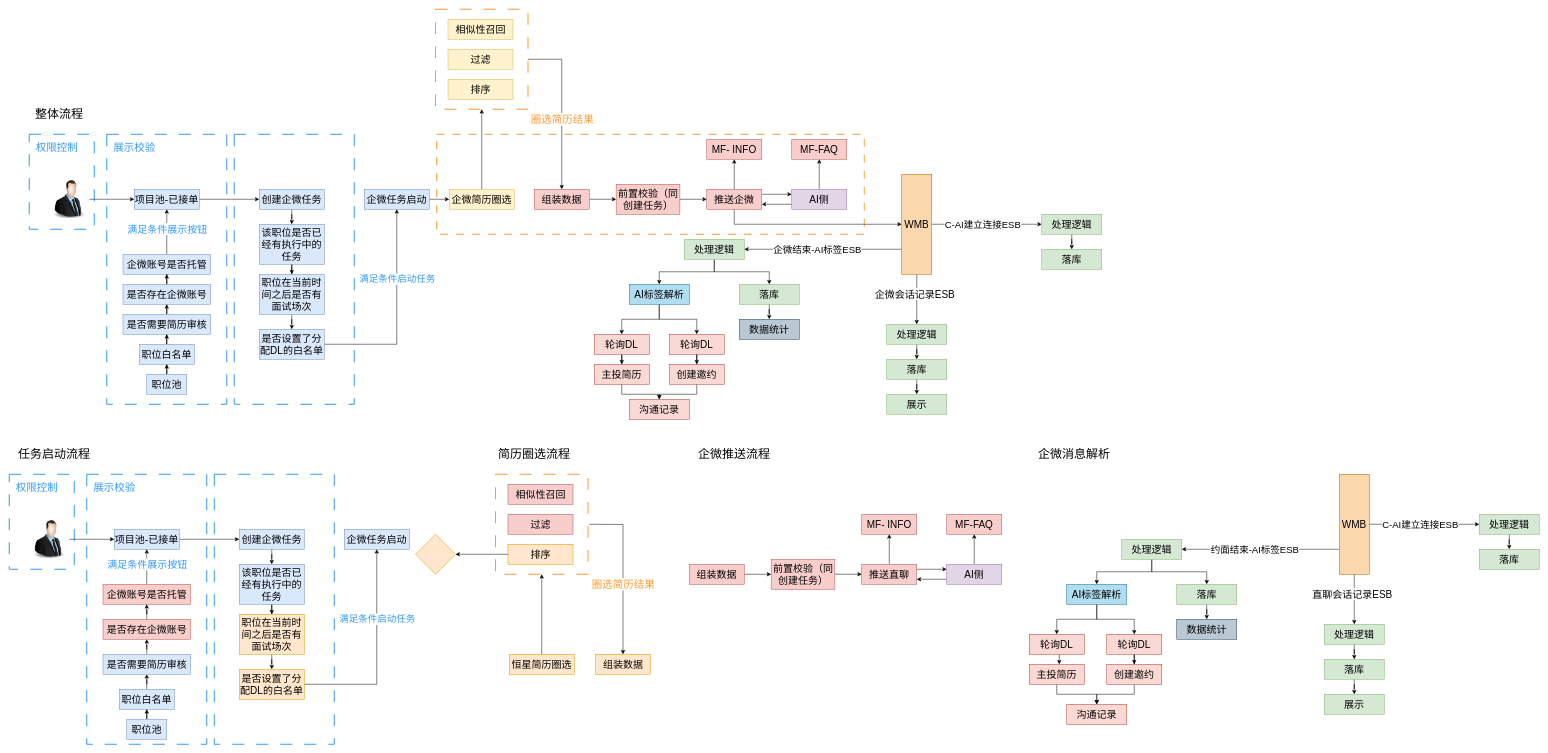
Before: 魔方约面-AI企微.drawio in LuOyEbY/draw-b, a draw.io diagram. Source tidied: cells renumbered, new cells numbered last; positions are measured from the earlier drawing's top-left corner, leaving out a move shared by most shapes. Both pictures are drawn from the tidied source at 50%, with x=0, y=0 at pixel (9, 9).
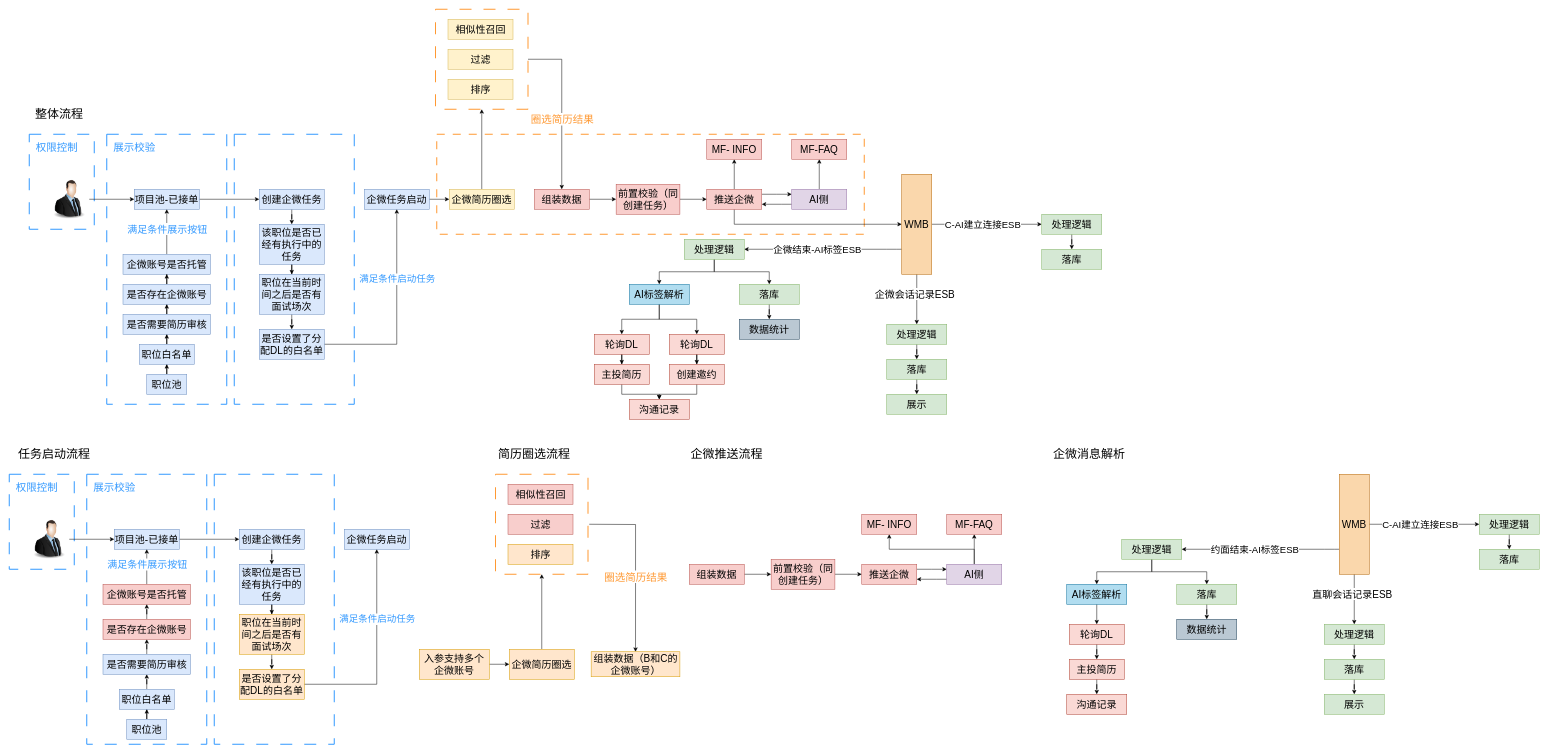
The same diagram, later.

Commit message (it also covers changes not shown here):
更新魔方约面-AI企微.drawio

The change refers to these unchanged cells:
```xml
<mxCell id="127" value="排序" style="whiteSpace=wrap;html=1;verticalAlign=middle;labelBackgroundColor=none;fontSize=20;fillColor=#ffe6cc;strokeColor=#d79b00;rounded=0;" parent="1" vertex="1">
  <mxGeometry x="997.5" y="1070" width="130" height="40" as="geometry" />
</mxCell>
<mxCell id="136" value="AI侧" style="whiteSpace=wrap;html=1;verticalAlign=middle;labelBackgroundColor=none;fontSize=20;fillColor=#e1d5e7;strokeColor=#9673a6;rounded=0;" parent="1" vertex="1">
  <mxGeometry x="1875" y="1110" width="110" height="40" as="geometry" />
</mxCell>
<mxCell id="138" value="MF- INFO" style="whiteSpace=wrap;html=1;verticalAlign=middle;labelBackgroundColor=none;fontSize=20;fillColor=#f8cecc;strokeColor=#b85450;rounded=0;" parent="1" vertex="1">
  <mxGeometry x="1705" y="1010" width="110" height="40" as="geometry" />
</mxCell>
<mxCell id="154" value="AI标签解析" style="whiteSpace=wrap;html=1;verticalAlign=middle;labelBackgroundColor=none;fontSize=20;fillColor=#b1ddf0;strokeColor=#10739e;rounded=0;" parent="1" vertex="1">
  <mxGeometry x="2115" y="1150" width="120" height="40" as="geometry" />
</mxCell>
```

Change to the diagram source:
```diff
@@
-    <mxCell id="122" value="恒星简历圈选" style="whiteSpace=wrap;html=1;verticalAlign=middle;labelBackgroundColor=none;fontSize=20;fillColor=#ffe6cc;strokeColor=#d79b00;rounded=0;" parent="1" vertex="1">
-      <mxGeometry x="1000" y="1290" width="130" height="40" as="geometry" />
+    <mxCell id="122" value="企微简历圈选" style="whiteSpace=wrap;html=1;verticalAlign=middle;labelBackgroundColor=none;fontSize=20;fillColor=#ffe6cc;strokeColor=#d79b00;rounded=0;" parent="1" vertex="1">
+      <mxGeometry x="1000" y="1280" width="130" height="60" as="geometry" />
     </mxCell>
-    <mxCell id="123" value="组装数据" style="whiteSpace=wrap;html=1;verticalAlign=middle;labelBackgroundColor=none;fontSize=20;fillColor=#ffe6cc;strokeColor=#d79b00;rounded=0;" parent="1" vertex="1">
-      <mxGeometry x="1172.5" y="1290" width="110" height="40" as="geometry" />
+    <mxCell id="123" value="组装数据（B和C的企微账号）" style="whiteSpace=wrap;html=1;verticalAlign=middle;labelBackgroundColor=none;fontSize=20;fillColor=#ffe6cc;strokeColor=#d79b00;rounded=0;" parent="1" vertex="1">
+      <mxGeometry x="1163.8" y="1285" width="177.5" height="50" as="geometry" />
     </mxCell>
@@
-    <mxCell id="126" style="edgeStyle=orthogonalEdgeStyle;rounded=0;jettySize=auto;html=1;" parent="1" edge="1" source="127" target="178">
-      <mxGeometry relative="1" as="geometry" />
-    </mxCell>
@@
-    <mxCell id="132" style="edgeStyle=orthogonalEdgeStyle;rounded=0;jettySize=auto;html=1;entryX=0.5;entryY=1;entryDx=0;entryDy=0;" parent="1" edge="1" source="133" target="138">
-      <mxGeometry relative="1" as="geometry" />
-    </mxCell>
-    <mxCell id="133" value="推送直聊" style="whiteSpace=wrap;html=1;verticalAlign=middle;labelBackgroundColor=none;fontSize=20;fillColor=#f8cecc;strokeColor=#b85450;rounded=0;" parent="1" vertex="1">
+    <mxCell id="133" value="推送企微" style="whiteSpace=wrap;html=1;verticalAlign=middle;labelBackgroundColor=none;fontSize=20;fillColor=#f8cecc;strokeColor=#b85450;rounded=0;" parent="1" vertex="1">
       <mxGeometry x="1705" y="1110" width="110" height="40" as="geometry" />
     </mxCell>
@@
+    <mxCell id="179" style="edgeStyle=orthogonalEdgeStyle;rounded=0;jettySize=auto;html=1;entryX=0.5;entryY=1;entryDx=0;entryDy=0;" parent="1" edge="1" source="136" target="138">
+      <mxGeometry relative="1" as="geometry">
+        <Array as="points">
+          <mxPoint x="1930" y="1080" />
+          <mxPoint x="1760" y="1080" />
+        </Array>
+      </mxGeometry>
+    </mxCell>
@@
     <mxCell id="141" value="企微推送流程" style="text;html=1;strokeColor=none;fillColor=none;align=center;verticalAlign=middle;whiteSpace=wrap;rounded=0;fontSize=24;" parent="1" vertex="1">
-      <mxGeometry x="1360" y="870" width="180" height="40" as="geometry" />
+      <mxGeometry x="1360" y="870" width="150" height="40" as="geometry" />
     </mxCell>
@@
-    <mxCell id="152" style="edgeStyle=orthogonalEdgeStyle;rounded=0;jettySize=auto;html=1;entryX=0.5;entryY=0;entryDx=0;entryDy=0;" parent="1" edge="1" source="154" target="157">
-      <mxGeometry relative="1" as="geometry" />
-    </mxCell>
@@
-    <mxCell id="156" style="edgeStyle=orthogonalEdgeStyle;rounded=0;jettySize=auto;html=1;entryX=0.5;entryY=0;entryDx=0;entryDy=0;" parent="1" edge="1" source="157" target="169">
-      <mxGeometry relative="1" as="geometry" />
+    <mxCell id="156" style="edgeStyle=orthogonalEdgeStyle;rounded=0;orthogonalLoop=1;jettySize=auto;html=1;entryX=0.5;entryY=0;entryDx=0;entryDy=0;" parent="1" edge="1">
+      <mxGeometry relative="1" as="geometry">
+        <mxPoint x="2250" y="1290" as="sourcePoint" />
+      </mxGeometry>
     </mxCell>
-    <mxCell id="157" value="轮询DL" style="whiteSpace=wrap;html=1;verticalAlign=middle;labelBackgroundColor=none;fontSize=20;fillColor=#fad9d5;strokeColor=#ae4132;rounded=0;" parent="1" vertex="1">
-      <mxGeometry x="2195" y="1250" width="110" height="40" as="geometry" />
-    </mxCell>
-    <mxCell id="158" style="edgeStyle=orthogonalEdgeStyle;rounded=0;orthogonalLoop=1;jettySize=auto;html=1;" parent="1" edge="1">
-      <mxGeometry relative="1" as="geometry">
-        <mxPoint x="2100" y="1290" as="sourcePoint" />
-        <mxPoint x="2100" y="1310" as="targetPoint" />
-      </mxGeometry>
-    </mxCell>
     <mxCell id="159" value="沟通记录" style="whiteSpace=wrap;html=1;verticalAlign=middle;labelBackgroundColor=none;fontSize=20;fillColor=#fad9d5;strokeColor=#ae4132;rounded=0;" parent="1" vertex="1">
-      <mxGeometry x="2115" y="1390" width="120" height="40" as="geometry" />
+      <mxGeometry x="2115" y="1370" width="120" height="40" as="geometry" />
     </mxCell>
@@
-    <mxCell id="168" style="edgeStyle=orthogonalEdgeStyle;rounded=0;jettySize=auto;html=1;entryX=0.5;entryY=0;entryDx=0;entryDy=0;" parent="1" edge="1" source="169" target="159">
-      <mxGeometry relative="1" as="geometry" />
-    </mxCell>
-    <mxCell id="169" value="创建邀约" style="whiteSpace=wrap;html=1;verticalAlign=middle;labelBackgroundColor=none;fontSize=20;fillColor=#fad9d5;strokeColor=#ae4132;rounded=0;" parent="1" vertex="1">
-      <mxGeometry x="2195" y="1310" width="110" height="40" as="geometry" />
-    </mxCell>
@@
     <mxCell id="172" value="企微消息解析" style="text;html=1;strokeColor=none;fillColor=none;align=center;verticalAlign=middle;whiteSpace=wrap;rounded=0;fontSize=24;" parent="1" vertex="1">
-      <mxGeometry x="2040" y="870" width="180" height="40" as="geometry" />
+      <mxGeometry x="2080" y="870" width="160" height="40" as="geometry" />
     </mxCell>
+    <mxCell id="180" style="edgeStyle=orthogonalEdgeStyle;rounded=0;jettySize=auto;html=1;entryX=0.5;entryY=0;entryDx=0;entryDy=0;" parent="1" edge="1" source="173" target="175">
+      <mxGeometry relative="1" as="geometry" />
+    </mxCell>
     <mxCell id="173" value="轮询DL" style="whiteSpace=wrap;html=1;verticalAlign=middle;labelBackgroundColor=none;fontSize=20;fillColor=#fad9d5;strokeColor=#ae4132;rounded=0;" parent="1" vertex="1">
-      <mxGeometry x="2040" y="1250" width="110" height="40" as="geometry" />
+      <mxGeometry x="2120" y="1230" width="110" height="40" as="geometry" />
     </mxCell>
@@
     <mxCell id="175" value="主投简历" style="whiteSpace=wrap;html=1;verticalAlign=middle;labelBackgroundColor=none;fontSize=20;fillColor=#fad9d5;strokeColor=#ae4132;rounded=0;" parent="1" vertex="1">
-      <mxGeometry x="2040" y="1310" width="110" height="40" as="geometry" />
+      <mxGeometry x="2120" y="1300" width="110" height="40" as="geometry" />
     </mxCell>
@@
-    <mxCell id="178" style="rhombus;whiteSpace=wrap;html=1;fontSize=20;fillColor=#ffe6cc;strokeColor=#d79b00;labelBackgroundColor=none;rounded=0;" parent="1" vertex="1">
-      <mxGeometry x="812.5" y="1050" width="80" height="80" as="geometry" />
-    </mxCell>
+    <mxCell id="181" style="edgeStyle=orthogonalEdgeStyle;rounded=0;jettySize=auto;html=1;entryX=0;entryY=0.5;entryDx=0;entryDy=0;" parent="1" edge="1" source="182" target="122">
+      <mxGeometry relative="1" as="geometry" />
+    </mxCell>
+    <mxCell id="182" value="入参支持多个企微账号" style="whiteSpace=wrap;html=1;verticalAlign=middle;labelBackgroundColor=none;fontSize=20;fillColor=#ffe6cc;strokeColor=#d79b00;rounded=0;" parent="1" vertex="1">
+      <mxGeometry x="820" y="1280" width="140" height="60" as="geometry" />
+    </mxCell>
```
